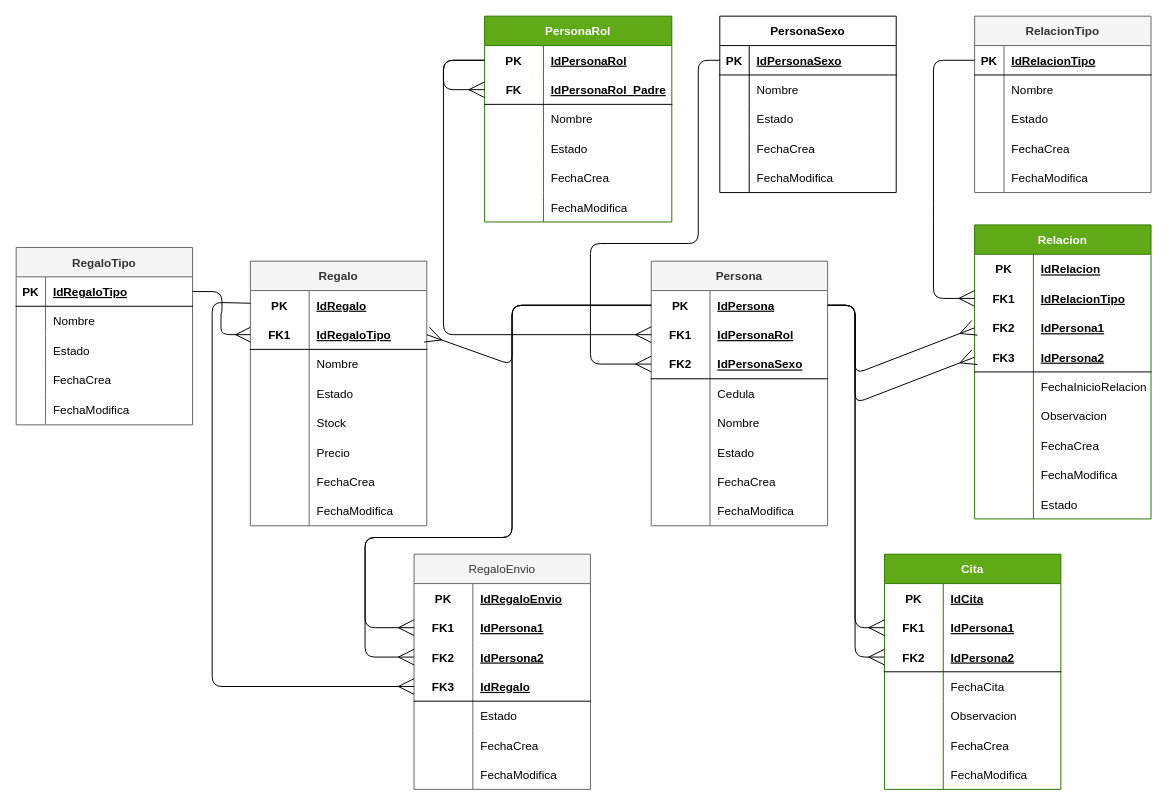
Above: Grupo5_PoliTinder/design/Diagrama_database.drawio in EdisonV5329/Grupo5_CodeMasters (draw.io), before the change. Source tidied: cells renumbered, new cells numbered last; positions are measured from the earlier drawing's top-left corner, leaving out a move shared by most shapes. Both pictures are drawn from the tidied source at 98%, with x=0, y=0 at pixel (16, 16).
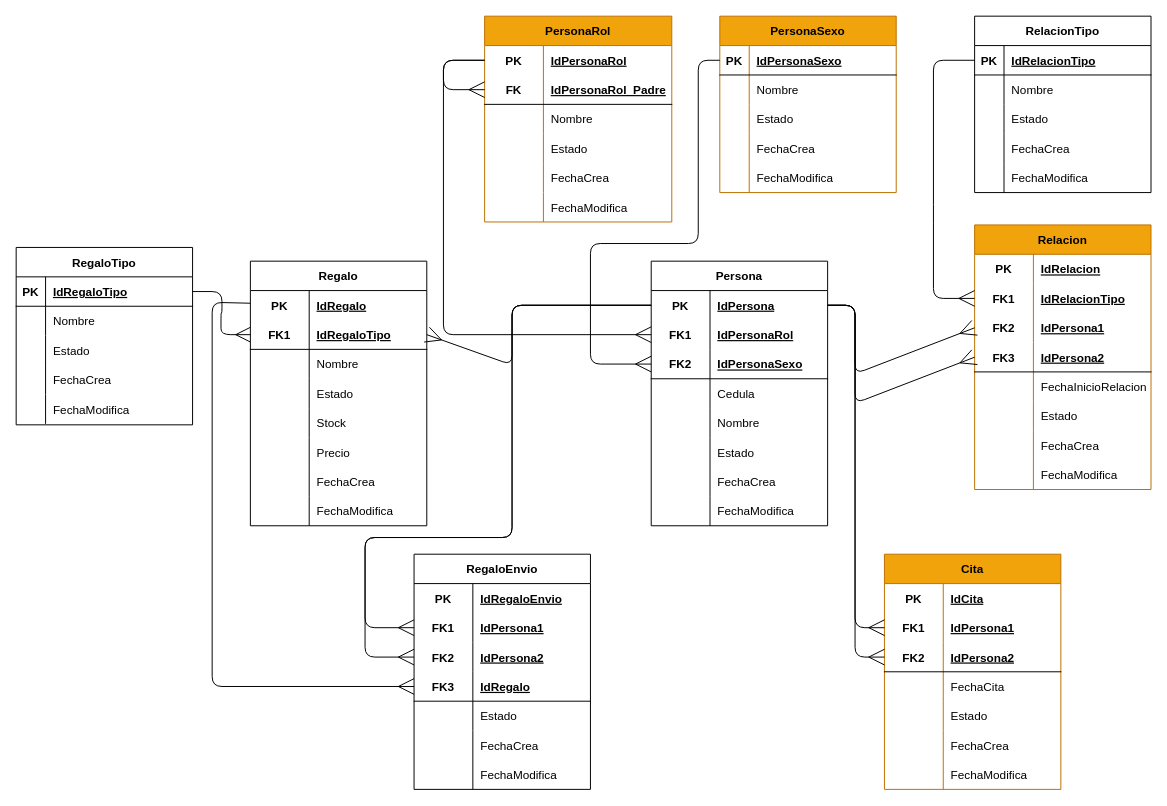
The same diagram, later.

Unchanged cells that the change refers to:
```xml
<mxCell id="115" style="shape=tableRow;horizontal=0;startSize=0;swimlaneHead=0;swimlaneBody=0;fillColor=none;top=0;left=0;right=0;bottom=0;strokeColor=#000000;fontColor=#000000;" parent="96" vertex="1">
  <mxGeometry y="210" width="180" height="30" as="geometry" />
</mxCell>
<mxCell id="166" style="shape=tableRow;horizontal=0;startSize=0;swimlaneHead=0;swimlaneBody=0;fillColor=none;top=0;left=0;right=0;bottom=0;strokeColor=#000000;fontColor=#000000;" parent="153" vertex="1">
  <mxGeometry y="150" width="180" height="30" as="geometry" />
</mxCell>
```

The edit, as a diff of the source:
```diff
@@
-    <mxCell id="2" value="RegaloTipo" style="shape=table;startSize=30;childLayout=tableLayout;rowLines=0;fontStyle=1;align=center;fillColor=#f5f5f5;strokeColor=#666666;fontColor=#333333;" parent="1" vertex="1">
+    <mxCell id="2" value="RegaloTipo" style="shape=table;startSize=30;childLayout=tableLayout;rowLines=0;fontStyle=1;align=center;fillColor=none;strokeColor=#000000;fontColor=#000000;" parent="1" vertex="1">
       <mxGeometry y="236" width="180" height="181" as="geometry" />
     </mxCell>
@@
-    <mxCell id="18" value="Regalo" style="shape=table;startSize=30;childLayout=tableLayout;rowLines=0;fontStyle=1;align=center;strokeColor=#666666;fontColor=#333333;fillColor=#f5f5f5;" parent="1" vertex="1">
+    <mxCell id="18" value="Regalo" style="shape=table;startSize=30;childLayout=tableLayout;rowLines=0;fontStyle=1;align=center;strokeColor=#000000;fontColor=#000000;fillColor=none;" parent="1" vertex="1">
       <mxGeometry x="239" y="250" width="180" height="270" as="geometry" />
     </mxCell>
@@
-    <mxCell id="44" value="PersonaRol" style="shape=table;startSize=30;childLayout=tableLayout;rowLines=0;fontStyle=1;align=center;strokeColor=#2D7600;fontColor=#ffffff;fillColor=#60a917;" parent="1" vertex="1">
+    <mxCell id="44" value="PersonaRol" style="shape=table;startSize=30;childLayout=tableLayout;rowLines=0;fontStyle=1;align=center;strokeColor=#BD7000;fontColor=#000000;fillColor=#f0a30a;" parent="1" vertex="1">
       <mxGeometry x="478" width="191" height="210" as="geometry" />
     </mxCell>
@@
-    <mxCell id="64" value="PersonaSexo" style="shape=table;startSize=30;childLayout=tableLayout;rowLines=0;fontStyle=1;align=center;strokeColor=#000000;fontColor=#000000;fillColor=none;" parent="1" vertex="1">
+    <mxCell id="64" value="PersonaSexo" style="shape=table;startSize=30;childLayout=tableLayout;rowLines=0;fontStyle=1;align=center;strokeColor=#BD7000;fontColor=#000000;fillColor=#f0a30a;" parent="1" vertex="1">
       <mxGeometry x="718" width="180" height="180" as="geometry" />
     </mxCell>
@@
-    <mxCell id="80" value="RelacionTipo" style="shape=table;startSize=30;childLayout=tableLayout;rowLines=0;fontStyle=1;align=center;strokeColor=#666666;fontColor=#333333;fillColor=#f5f5f5;" parent="1" vertex="1">
+    <mxCell id="80" value="RelacionTipo" style="shape=table;startSize=30;childLayout=tableLayout;rowLines=0;fontStyle=1;align=center;strokeColor=#000000;fontColor=#000000;fillColor=none;" parent="1" vertex="1">
       <mxGeometry x="978" width="180" height="180" as="geometry" />
     </mxCell>
@@
-    <mxCell id="96" value="Relacion" style="shape=table;startSize=30;childLayout=tableLayout;rowLines=0;fontStyle=1;align=center;strokeColor=#2D7600;fontColor=#ffffff;fillColor=#60a917;" parent="1" vertex="1">
-      <mxGeometry x="978" y="213" width="180" height="300" as="geometry" />
+    <mxCell id="96" value="Relacion" style="shape=table;startSize=30;childLayout=tableLayout;rowLines=0;fontStyle=1;align=center;fillColor=#f0a30a;strokeColor=#BD7000;fontColor=#000000;" parent="1" vertex="1">
+      <mxGeometry x="978" y="213" width="180" height="270" as="geometry" />
     </mxCell>
@@
-    <mxCell id="112" style="shape=tableRow;horizontal=0;startSize=0;swimlaneHead=0;swimlaneBody=0;fillColor=none;top=0;left=0;right=0;bottom=0;strokeColor=#000000;fontColor=#000000;" parent="96" vertex="1">
-      <mxGeometry y="180" width="180" height="30" as="geometry" />
-    </mxCell>
-    <mxCell id="113" style="shape=partialRectangle;fillColor=none;top=0;left=0;bottom=0;right=0;overflow=hidden;strokeColor=#000000;fontColor=#000000;" parent="112" vertex="1">
-      <mxGeometry width="60" height="30" as="geometry" />
-    </mxCell>
-    <mxCell id="114" value="Observacion" style="shape=partialRectangle;fillColor=none;top=0;left=0;bottom=0;right=0;align=left;spacingLeft=6;overflow=hidden;strokeColor=#000000;fontColor=#000000;" parent="112" vertex="1">
-      <mxGeometry x="60" width="120" height="30" as="geometry" />
-    </mxCell>
+    <mxCell id="121" style="shape=tableRow;horizontal=0;startSize=0;swimlaneHead=0;swimlaneBody=0;fillColor=none;top=0;left=0;right=0;bottom=0;strokeColor=#000000;fontColor=#000000;" parent="96" vertex="1">
+      <mxGeometry y="180" width="180" height="30" as="geometry" />
+    </mxCell>
+    <mxCell id="122" style="shape=partialRectangle;fillColor=none;top=0;left=0;bottom=0;right=0;overflow=hidden;strokeColor=#000000;fontColor=#000000;" parent="121" vertex="1">
+      <mxGeometry width="60" height="30" as="geometry" />
+    </mxCell>
+    <mxCell id="123" value="Estado" style="shape=partialRectangle;fillColor=none;top=0;left=0;bottom=0;right=0;align=left;spacingLeft=6;overflow=hidden;strokeColor=#000000;fontColor=#000000;" parent="121" vertex="1">
+      <mxGeometry x="60" width="120" height="30" as="geometry" />
+    </mxCell>
@@
-    <mxCell id="116" style="shape=partialRectangle;fillColor=none;top=0;left=0;bottom=0;right=0;overflow=hidden;strokeColor=#000000;fontColor=#000000;" parent="115" vertex="1">
-      <mxGeometry width="60" height="30" as="geometry" />
-    </mxCell>
+    <mxCell id="204" style="shape=partialRectangle;fillColor=none;top=0;left=0;bottom=0;right=0;overflow=hidden;strokeColor=#000000;fontColor=#000000;" parent="115" vertex="1">
+      <mxGeometry width="60" height="30" as="geometry" />
+    </mxCell>
@@
-    <mxCell id="121" style="shape=tableRow;horizontal=0;startSize=0;swimlaneHead=0;swimlaneBody=0;fillColor=none;top=0;left=0;right=0;bottom=0;strokeColor=#000000;fontColor=#000000;" parent="96" vertex="1">
-      <mxGeometry y="270" width="180" height="30" as="geometry" />
-    </mxCell>
-    <mxCell id="122" style="shape=partialRectangle;fillColor=none;top=0;left=0;bottom=0;right=0;overflow=hidden;strokeColor=#000000;fontColor=#000000;" parent="121" vertex="1">
-      <mxGeometry width="60" height="30" as="geometry" />
-    </mxCell>
-    <mxCell id="123" value="Estado" style="shape=partialRectangle;fillColor=none;top=0;left=0;bottom=0;right=0;align=left;spacingLeft=6;overflow=hidden;strokeColor=#000000;fontColor=#000000;" parent="121" vertex="1">
-      <mxGeometry x="60" width="120" height="30" as="geometry" />
-    </mxCell>
@@
-    <mxCell id="125" value="Persona" style="shape=table;startSize=30;childLayout=tableLayout;rowLines=0;fontStyle=1;align=center;strokeColor=#666666;fontColor=#333333;fillColor=#f5f5f5;" parent="1" vertex="1">
+    <mxCell id="125" value="Persona" style="shape=table;startSize=30;childLayout=tableLayout;rowLines=0;fontStyle=1;align=center;strokeColor=#000000;fontColor=#000000;fillColor=none;" parent="1" vertex="1">
       <mxGeometry x="648" y="250" width="180" height="270" as="geometry" />
     </mxCell>
@@
-    <mxCell id="153" value="Cita" style="shape=table;startSize=30;childLayout=tableLayout;rowLines=0;fontStyle=1;align=center;strokeColor=#2D7600;fontColor=#ffffff;fillColor=#60a917;" parent="1" vertex="1">
+    <mxCell id="153" value="Cita" style="shape=table;startSize=30;childLayout=tableLayout;rowLines=0;fontStyle=1;align=center;strokeColor=#BD7000;fontColor=#000000;fillColor=#f0a30a;" parent="1" vertex="1">
       <mxGeometry x="886" y="549" width="180" height="240" as="geometry" />
     </mxCell>
@@
-    <mxCell id="167" style="shape=partialRectangle;fillColor=none;top=0;left=0;bottom=0;right=0;overflow=hidden;strokeColor=#000000;fontColor=#000000;" parent="166" vertex="1">
-      <mxGeometry width="60" height="30" as="geometry" />
-    </mxCell>
-    <mxCell id="168" value="Observacion" style="shape=partialRectangle;fillColor=none;top=0;left=0;bottom=0;right=0;align=left;spacingLeft=6;overflow=hidden;strokeColor=#000000;fontColor=#000000;" parent="166" vertex="1">
-      <mxGeometry x="60" width="120" height="30" as="geometry" />
-    </mxCell>
+    <mxCell id="205" style="shape=partialRectangle;fillColor=none;top=0;left=0;bottom=0;right=0;overflow=hidden;strokeColor=#000000;fontColor=#000000;" parent="166" vertex="1">
+      <mxGeometry width="60" height="30" as="geometry" />
+    </mxCell>
+    <mxCell id="206" value="Estado" style="shape=partialRectangle;fillColor=none;top=0;left=0;bottom=0;right=0;align=left;spacingLeft=6;overflow=hidden;strokeColor=#000000;fontColor=#000000;" parent="166" vertex="1">
+      <mxGeometry x="60" width="120" height="30" as="geometry" />
+    </mxCell>
@@
-    <mxCell id="177" value="RegaloEnvio" style="shape=table;startSize=30;childLayout=tableLayout;rowLines=0;fontStyle=0;align=center;strokeColor=#666666;fontColor=#333333;fillColor=#f5f5f5;" parent="1" vertex="1">
+    <mxCell id="177" value="RegaloEnvio" style="shape=table;startSize=30;childLayout=tableLayout;rowLines=0;fontStyle=1;align=center;strokeColor=#000000;fontColor=#000000;fillColor=none;" parent="1" vertex="1">
       <mxGeometry x="406" y="549" width="180" height="240" as="geometry" />
     </mxCell>
```
